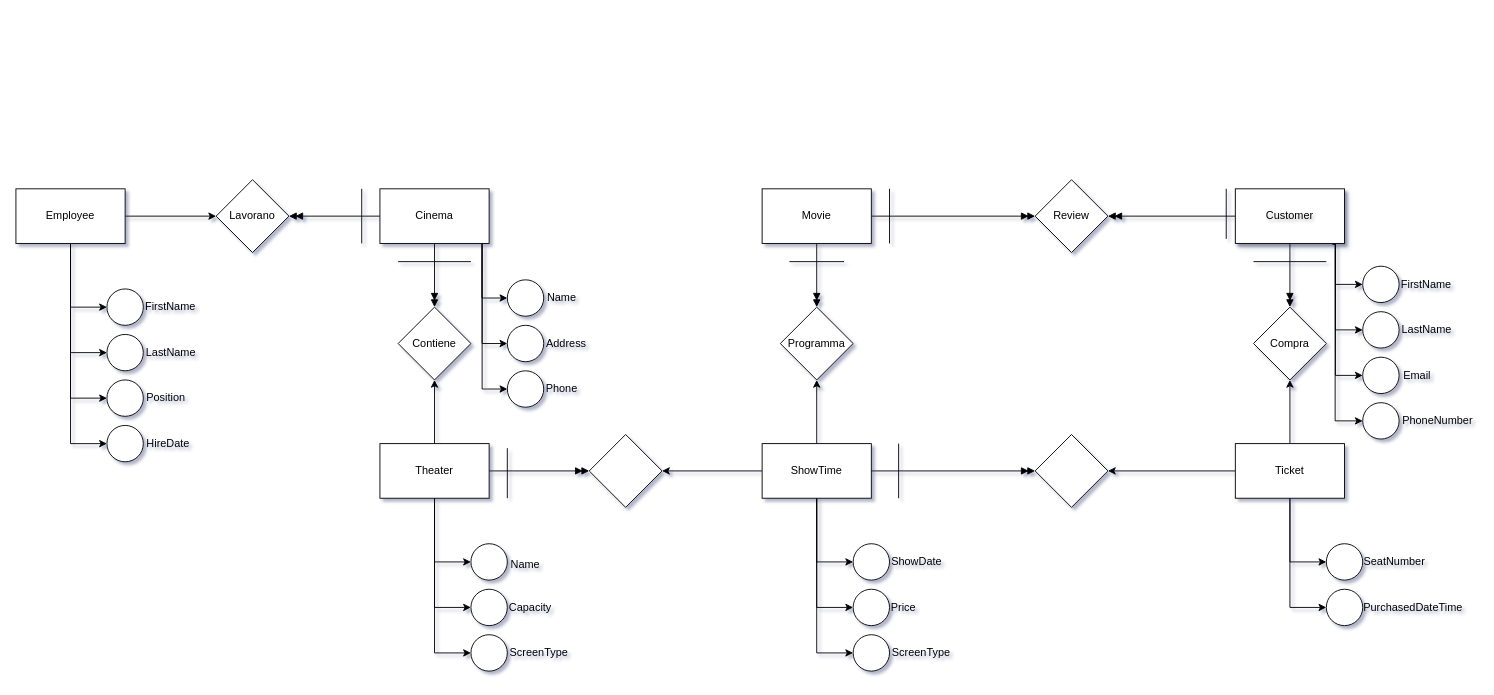
This is Diagramma Task Cinema.drawio from Duplo96/TaskCinema, a draw.io file, before an edit. Source tidied: cells renumbered, new cells numbered last; positions are measured from the earlier drawing's top-left corner, leaving out a move shared by most shapes. Both pictures are drawn from the tidied source at 91%, with x=0, y=0 at pixel (15, 179).
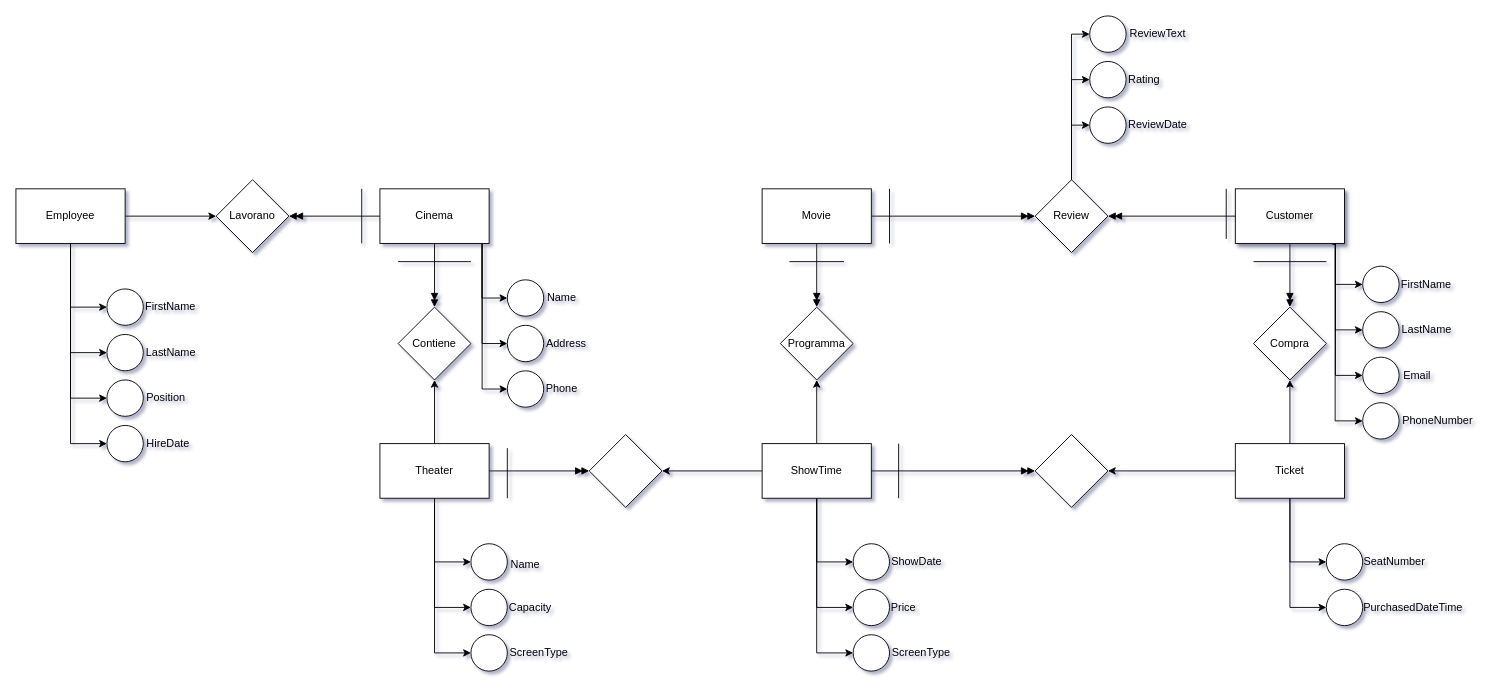
After the change.

Unchanged cells that the change refers to:
```xml
<mxCell id="56" value="Review" style="rhombus;whiteSpace=wrap;html=1;" parent="1" vertex="1">
  <mxGeometry x="1120" width="80" height="80" as="geometry" />
</mxCell>
```

The edit, as a diff of the source:
```diff
@@
+    <mxCell id="99" style="edgeStyle=orthogonalEdgeStyle;rounded=0;jettySize=auto;html=1;entryX=0;entryY=0.5;entryDx=0;entryDy=0;" parent="1" edge="1" source="56" target="102">
+      <mxGeometry relative="1" as="geometry" />
+    </mxCell>
+    <mxCell id="100" style="edgeStyle=orthogonalEdgeStyle;rounded=0;jettySize=auto;html=1;entryX=0;entryY=0.5;entryDx=0;entryDy=0;" parent="1" edge="1" source="56" target="103">
+      <mxGeometry relative="1" as="geometry" />
+    </mxCell>
+    <mxCell id="101" style="edgeStyle=orthogonalEdgeStyle;rounded=0;jettySize=auto;html=1;entryX=0;entryY=0.5;entryDx=0;entryDy=0;" parent="1" edge="1" source="56" target="104">
+      <mxGeometry relative="1" as="geometry" />
+    </mxCell>
@@
+    <mxCell id="102" style="ellipse;whiteSpace=wrap;html=1;" parent="1" vertex="1">
+      <mxGeometry x="1180" y="-80" width="40" height="40" as="geometry" />
+    </mxCell>
+    <mxCell id="103" style="ellipse;whiteSpace=wrap;html=1;" parent="1" vertex="1">
+      <mxGeometry x="1180" y="-130" width="40" height="40" as="geometry" />
+    </mxCell>
+    <mxCell id="104" style="ellipse;whiteSpace=wrap;html=1;" parent="1" vertex="1">
+      <mxGeometry x="1180" y="-180" width="40" height="40" as="geometry" />
+    </mxCell>
+    <mxCell id="105" value="ReviewText" style="text;html=1;align=center;verticalAlign=middle;whiteSpace=wrap;rounded=0;" parent="1" vertex="1">
+      <mxGeometry x="1220" y="-175" width="70" height="30" as="geometry" />
+    </mxCell>
+    <mxCell id="106" value="Rating" style="text;html=1;align=center;verticalAlign=middle;whiteSpace=wrap;rounded=0;" parent="1" vertex="1">
+      <mxGeometry x="1210" y="-125" width="60" height="30" as="geometry" />
+    </mxCell>
+    <mxCell id="107" value="ReviewDate" style="text;html=1;align=center;verticalAlign=middle;whiteSpace=wrap;rounded=0;" parent="1" vertex="1">
+      <mxGeometry x="1220" y="-75" width="70" height="30" as="geometry" />
+    </mxCell>
```
